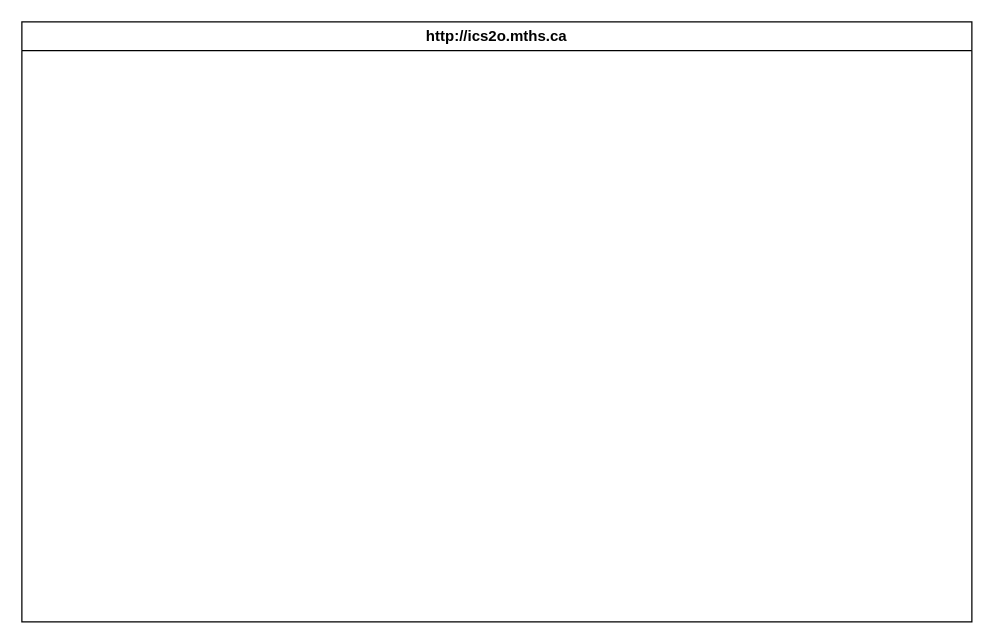
This is design/storyboard.drawio from MTHS-ICS2O-2-2022/ICS2O-Assignment-04-Armatys22, a draw.io file, before an edit. Source tidied: cells renumbered, new cells numbered last; positions are measured from the earlier drawing's top-left corner, leaving out a move shared by most shapes. Both pictures are drawn from the tidied source at 125%, with x=0, y=0 at pixel (21, 21).
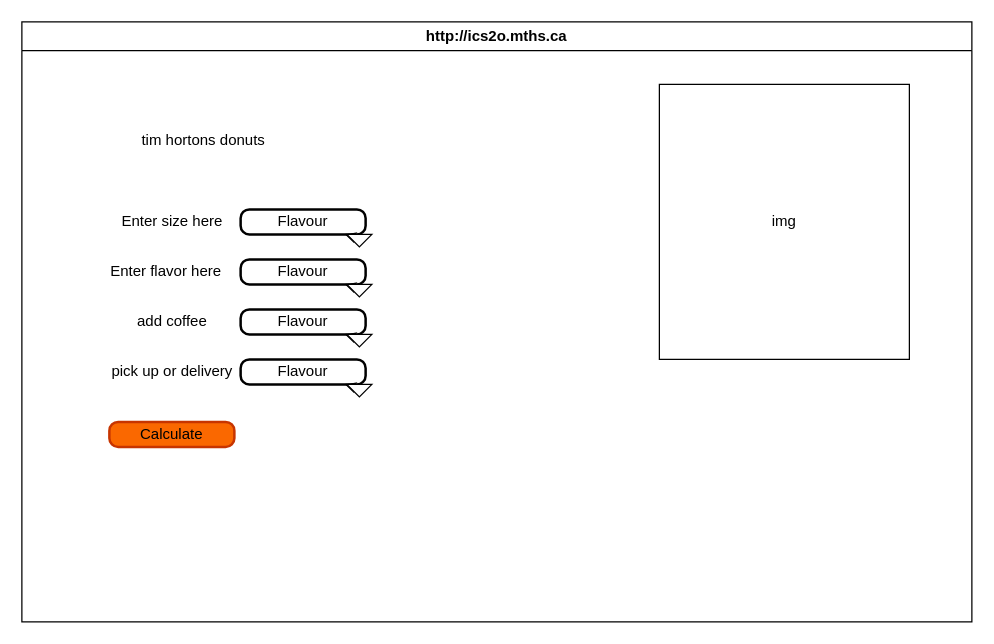
After the change.

Unchanged cells that the change refers to:
```xml
<mxCell id="2" value="http://ics2o.mths.ca" style="swimlane;whiteSpace=wrap;html=1;" parent="1" vertex="1">
  <mxGeometry width="760" height="480" as="geometry" />
</mxCell>
```

Diff of the diagram source:
```diff
@@
+    <mxCell id="3" value="Enter flavor here" style="text;html=1;align=center;verticalAlign=middle;strokeColor=none;fillColor=none;" parent="2" vertex="1">
+      <mxGeometry x="60" y="185" width="110" height="30" as="geometry" />
+    </mxCell>
+    <mxCell id="4" value="Flavour" style="rounded=1;whiteSpace=wrap;html=1;absoluteArcSize=1;arcSize=14;strokeWidth=2;" parent="2" vertex="1">
+      <mxGeometry x="175" y="190" width="100" height="20" as="geometry" />
+    </mxCell>
+    <mxCell id="5" style="edgeStyle=none;html=1;exitX=0;exitY=0.5;exitDx=0;exitDy=0;" parent="2" edge="1" source="7" target="4">
+      <mxGeometry relative="1" as="geometry" />
+    </mxCell>
+    <mxCell id="6" style="edgeStyle=none;html=1;exitX=0.5;exitY=0;exitDx=0;exitDy=0;" parent="2" edge="1" source="7" target="4">
+      <mxGeometry relative="1" as="geometry" />
+    </mxCell>
+    <mxCell id="7" style="triangle;whiteSpace=wrap;html=1;rotation=90;" parent="2" vertex="1">
+      <mxGeometry x="265" y="205" width="10" height="20" as="geometry" />
+    </mxCell>
+    <mxCell id="8" value="add coffee" style="text;html=1;align=center;verticalAlign=middle;strokeColor=none;fillColor=none;" parent="2" vertex="1">
+      <mxGeometry x="80" y="225" width="80" height="30" as="geometry" />
+    </mxCell>
+    <mxCell id="9" value="Flavour" style="rounded=1;whiteSpace=wrap;html=1;absoluteArcSize=1;arcSize=14;strokeWidth=2;" parent="2" vertex="1">
+      <mxGeometry x="175" y="230" width="100" height="20" as="geometry" />
+    </mxCell>
+    <mxCell id="10" style="edgeStyle=none;html=1;exitX=0;exitY=0.5;exitDx=0;exitDy=0;" parent="2" edge="1" source="12" target="9">
+      <mxGeometry relative="1" as="geometry" />
+    </mxCell>
+    <mxCell id="11" style="edgeStyle=none;html=1;exitX=0.5;exitY=0;exitDx=0;exitDy=0;" parent="2" edge="1" source="12" target="9">
+      <mxGeometry relative="1" as="geometry" />
+    </mxCell>
+    <mxCell id="12" style="triangle;whiteSpace=wrap;html=1;rotation=90;" parent="2" vertex="1">
+      <mxGeometry x="265" y="245" width="10" height="20" as="geometry" />
+    </mxCell>
+    <mxCell id="13" value="pick up or delivery" style="text;html=1;align=center;verticalAlign=middle;strokeColor=none;fillColor=none;" parent="2" vertex="1">
+      <mxGeometry x="60" y="265" width="120" height="30" as="geometry" />
+    </mxCell>
+    <mxCell id="14" value="Flavour" style="rounded=1;whiteSpace=wrap;html=1;absoluteArcSize=1;arcSize=14;strokeWidth=2;" parent="2" vertex="1">
+      <mxGeometry x="175" y="270" width="100" height="20" as="geometry" />
+    </mxCell>
+    <mxCell id="15" style="edgeStyle=none;html=1;exitX=0;exitY=0.5;exitDx=0;exitDy=0;" parent="2" edge="1" source="17" target="14">
+      <mxGeometry relative="1" as="geometry" />
+    </mxCell>
+    <mxCell id="16" style="edgeStyle=none;html=1;exitX=0.5;exitY=0;exitDx=0;exitDy=0;" parent="2" edge="1" source="17" target="14">
+      <mxGeometry relative="1" as="geometry" />
+    </mxCell>
+    <mxCell id="17" style="triangle;whiteSpace=wrap;html=1;rotation=90;" parent="2" vertex="1">
+      <mxGeometry x="265" y="285" width="10" height="20" as="geometry" />
+    </mxCell>
+    <mxCell id="18" value="Calculate" style="rounded=1;whiteSpace=wrap;html=1;absoluteArcSize=1;arcSize=14;strokeWidth=2;fillColor=#fa6800;fontColor=#000000;strokeColor=#C73500;" parent="2" vertex="1">
+      <mxGeometry x="70" y="320" width="100" height="20" as="geometry" />
+    </mxCell>
+    <mxCell id="19" value="img" style="whiteSpace=wrap;html=1;" parent="2" vertex="1">
+      <mxGeometry x="510" y="50" width="200" height="220" as="geometry" />
+    </mxCell>
+    <mxCell id="20" value="tim hortons donuts" style="text;html=1;align=center;verticalAlign=middle;strokeColor=none;fillColor=none;" parent="1" vertex="1">
+      <mxGeometry x="85" y="80" width="120" height="30" as="geometry" />
+    </mxCell>
+    <mxCell id="21" value="Enter size here" style="text;html=1;align=center;verticalAlign=middle;strokeColor=none;fillColor=none;" parent="1" vertex="1">
+      <mxGeometry x="70" y="145" width="100" height="30" as="geometry" />
+    </mxCell>
+    <mxCell id="22" value="Flavour" style="rounded=1;whiteSpace=wrap;html=1;absoluteArcSize=1;arcSize=14;strokeWidth=2;" parent="1" vertex="1">
+      <mxGeometry x="175" y="150" width="100" height="20" as="geometry" />
+    </mxCell>
+    <mxCell id="23" style="edgeStyle=none;html=1;exitX=0;exitY=0.5;exitDx=0;exitDy=0;" parent="1" edge="1" source="25" target="22">
+      <mxGeometry relative="1" as="geometry" />
+    </mxCell>
+    <mxCell id="24" style="edgeStyle=none;html=1;exitX=0.5;exitY=0;exitDx=0;exitDy=0;" parent="1" edge="1" source="25" target="22">
+      <mxGeometry relative="1" as="geometry" />
+    </mxCell>
+    <mxCell id="25" style="triangle;whiteSpace=wrap;html=1;rotation=90;" parent="1" vertex="1">
+      <mxGeometry x="265" y="165" width="10" height="20" as="geometry" />
+    </mxCell>
```
